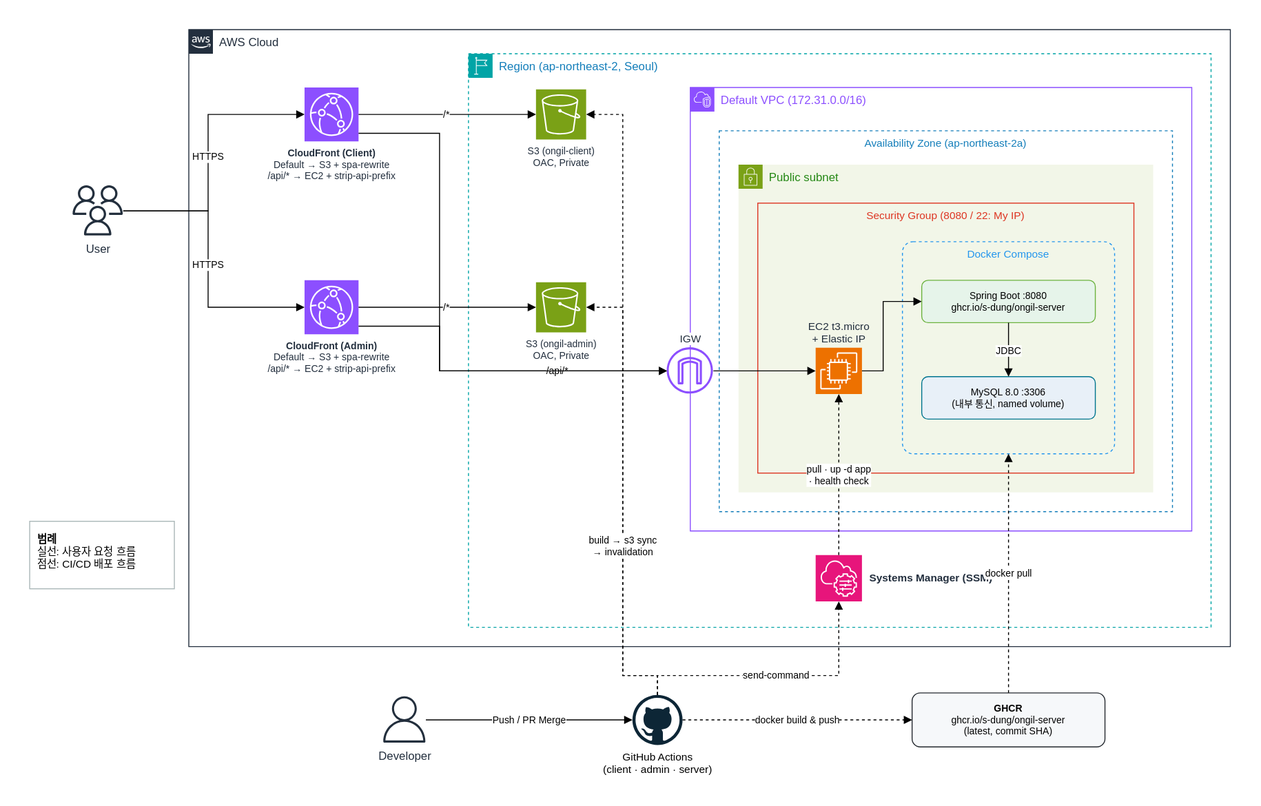
Earlier version of the draw.io export docs/architecture.svg (S-DUNG/Ongil-DevOps). Source tidied: cells renumbered, new cells last; positions are measured from the earlier drawing's top-left corner, leaving out a move shared by most shapes.
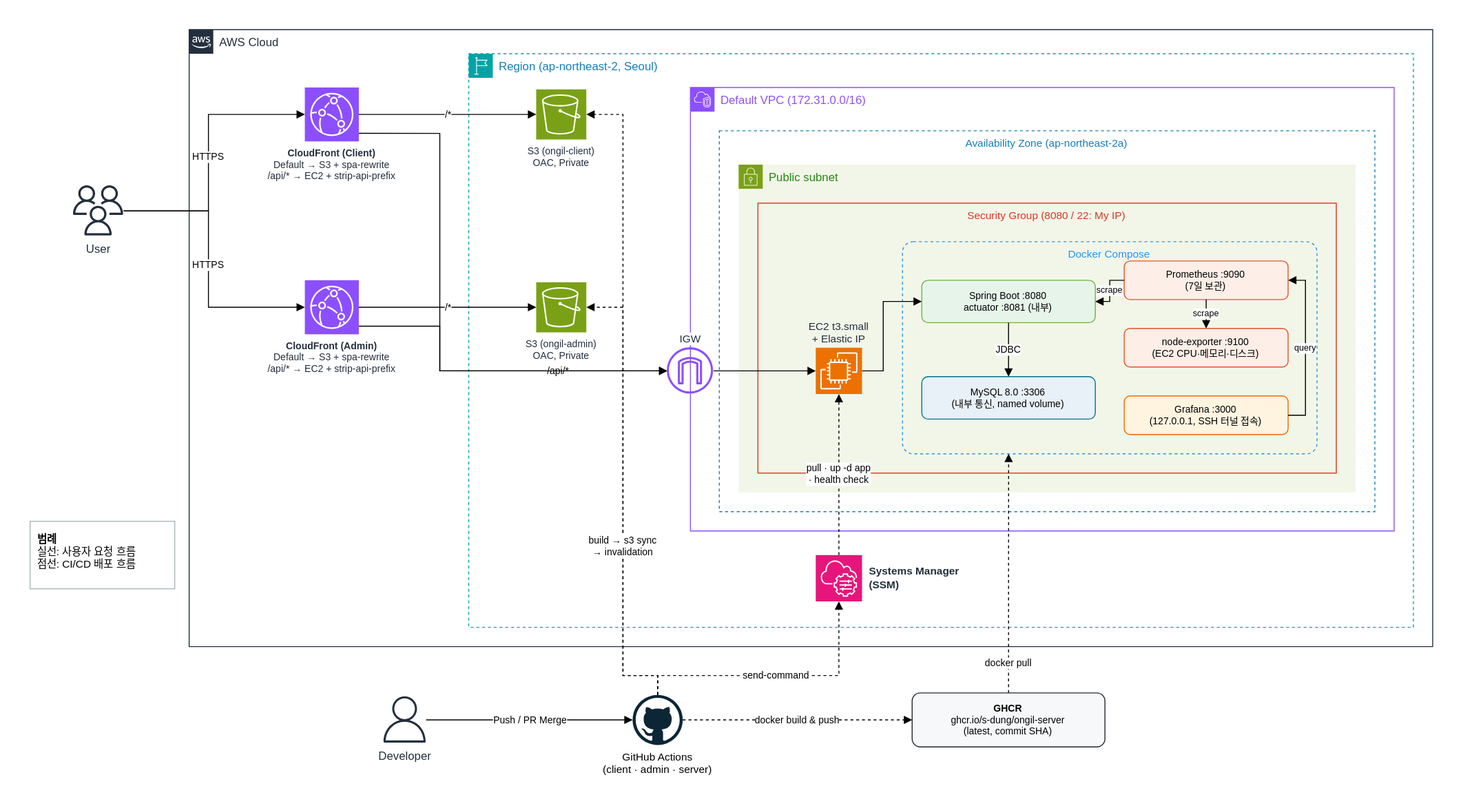
After the change.

Commit message:
docs :: 아키텍처에 인스턴스 사양 변경 및 모니터링 구성 반영

- EC2 t3.micro → t3.small
- Prometheus, Grafana, node-exporter 추가
- actuator 내부 포트(8081) 분리, Grafana SSH 터널 접속 표시

What changed in the source:
```diff
@@ -1,32 +1,32 @@
-<mxGraphModel>
+<mxGraphModel background="#FFFFFF">
   <root>
     <mxCell id="0" />
     <mxCell id="1" parent="0" />
     <mxCell id="2" value="AWS Cloud" style="gradientColor=none;html=1;whiteSpace=wrap;fontSize=12;fontStyle=0;shape=mxgraph.aws4.group;grIcon=mxgraph.aws4.group_aws_cloud_alt;strokeColor=#232F3E;fillColor=none;verticalAlign=top;align=left;spacingLeft=30;fontColor=#232F3E;dashed=0;" parent="1" vertex="1">
-      <mxGeometry x="165" width="1080" height="640" as="geometry" />
+      <mxGeometry x="165" width="1290" height="640" as="geometry" />
     </mxCell>
     <mxCell id="3" value="Region (ap-northeast-2, Seoul)" style="gradientColor=none;html=1;whiteSpace=wrap;fontSize=12;fontStyle=0;shape=mxgraph.aws4.group;grIcon=mxgraph.aws4.group_region;strokeColor=#00A4A6;fillColor=none;verticalAlign=top;align=left;spacingLeft=30;fontColor=#147EBA;dashed=1;" parent="1" vertex="1">
-      <mxGeometry x="455" y="25" width="770" height="595" as="geometry" />
+      <mxGeometry x="455" y="25" width="980" height="595" as="geometry" />
     </mxCell>
     <mxCell id="4" value="Default VPC (172.31.0.0/16)" style="gradientColor=none;html=1;whiteSpace=wrap;fontSize=12;fontStyle=0;shape=mxgraph.aws4.group;grIcon=mxgraph.aws4.group_vpc2;strokeColor=#8C4FFF;fillColor=none;verticalAlign=top;align=left;spacingLeft=30;fontColor=#8C4FFF;dashed=0;" parent="1" vertex="1">
-      <mxGeometry x="685" y="60" width="520" height="460" as="geometry" />
+      <mxGeometry x="685" y="60" width="730" height="460" as="geometry" />
     </mxCell>
     <mxCell id="5" value="Availability Zone (ap-northeast-2a)" style="fillColor=none;strokeColor=#147EBA;dashed=1;verticalAlign=top;fontStyle=0;fontColor=#147EBA;whiteSpace=wrap;html=1;fontSize=11;" parent="1" vertex="1">
-      <mxGeometry x="715" y="105" width="470" height="395" as="geometry" />
+      <mxGeometry x="715" y="105" width="680" height="395" as="geometry" />
     </mxCell>
     <mxCell id="6" value="Public subnet" style="gradientColor=none;html=1;whiteSpace=wrap;fontSize=12;fontStyle=0;shape=mxgraph.aws4.group;grIcon=mxgraph.aws4.group_security_group;grStroke=0;strokeColor=#7AA116;fillColor=#F2F6E8;verticalAlign=top;align=left;spacingLeft=30;fontColor=#248814;dashed=0;" parent="1" vertex="1">
-      <mxGeometry x="735" y="140" width="430" height="340" as="geometry" />
+      <mxGeometry x="735" y="140" width="640" height="340" as="geometry" />
     </mxCell>
     <mxCell id="7" value="Security Group (8080 / 22: My IP)" style="fillColor=none;strokeColor=#DD3522;verticalAlign=top;fontStyle=0;fontColor=#DD3522;whiteSpace=wrap;html=1;fontSize=11;" parent="1" vertex="1">
-      <mxGeometry x="755" y="180" width="390" height="280" as="geometry" />
+      <mxGeometry x="755" y="180" width="600" height="280" as="geometry" />
     </mxCell>
-    <mxCell id="8" value="EC2 t3.micro&lt;br&gt;+ Elastic IP" style="sketch=0;outlineConnect=0;fontColor=#232F3E;fillColor=#ED7100;strokeColor=#ffffff;dashed=0;labelPosition=center;verticalLabelPosition=top;verticalAlign=bottom;align=center;html=1;fontSize=11;fontStyle=0;shape=mxgraph.aws4.resourceIcon;resIcon=mxgraph.aws4.ec2;" parent="1" vertex="1">
+    <mxCell id="8" value="EC2 t3.small&lt;br&gt;+ Elastic IP" style="sketch=0;outlineConnect=0;fontColor=#232F3E;fillColor=#ED7100;strokeColor=#ffffff;dashed=0;labelPosition=center;verticalLabelPosition=top;verticalAlign=bottom;align=center;html=1;fontSize=11;fontStyle=0;shape=mxgraph.aws4.resourceIcon;resIcon=mxgraph.aws4.ec2;" parent="1" vertex="1">
       <mxGeometry x="815" y="330" width="48" height="48" as="geometry" />
     </mxCell>
     <mxCell id="9" value="Docker Compose" style="rounded=1;whiteSpace=wrap;html=1;fillColor=none;strokeColor=#2496ED;dashed=1;verticalAlign=top;fontColor=#2496ED;fontSize=11;arcSize=5;" parent="1" vertex="1">
-      <mxGeometry x="905" y="220" width="220" height="220" as="geometry" />
+      <mxGeometry x="905" y="220" width="430" height="220" as="geometry" />
     </mxCell>
-    <mxCell id="10" value="Spring Boot :8080&lt;br&gt;ghcr.io/s-dung/ongil-server" style="rounded=1;whiteSpace=wrap;html=1;fillColor=#E6F4EA;strokeColor=#6DB33F;fontSize=10;" parent="1" vertex="1">
+    <mxCell id="10" value="Spring Boot :8080&lt;br&gt;actuator :8081 (내부)" style="rounded=1;whiteSpace=wrap;html=1;fillColor=#E6F4EA;strokeColor=#6DB33F;fontSize=10;" parent="1" vertex="1">
       <mxGeometry x="925" y="260" width="180" height="44" as="geometry" />
     </mxCell>
     <mxCell id="11" value="MySQL 8.0 :3306&lt;br&gt;(내부 통신, named volume)" style="rounded=1;whiteSpace=wrap;html=1;fillColor=#E8F0F8;strokeColor=#00758F;fontSize=10;" parent="1" vertex="1">
@@ -61,7 +61,7 @@
     <mxCell id="19" value="S3 (ongil-admin)&lt;br&gt;OAC, Private" style="sketch=0;outlineConnect=0;fontColor=#232F3E;fillColor=#7AA116;strokeColor=#ffffff;dashed=0;verticalLabelPosition=bottom;verticalAlign=top;align=center;html=1;fontSize=10;fontStyle=0;shape=mxgraph.aws4.resourceIcon;resIcon=mxgraph.aws4.s3;" parent="1" vertex="1">
       <mxGeometry x="525" y="262" width="52" height="52" as="geometry" />
     </mxCell>
-    <mxCell id="20" value="Systems Manager (SSM)" style="sketch=0;outlineConnect=0;fontColor=#232F3E;fillColor=#E7157B;strokeColor=#ffffff;dashed=0;labelPosition=right;verticalLabelPosition=middle;align=left;verticalAlign=middle;spacingLeft=6;html=1;fontSize=11;fontStyle=1;shape=mxgraph.aws4.resourceIcon;resIcon=mxgraph.aws4.systems_manager;" parent="1" vertex="1">
+    <mxCell id="20" value="Systems Manager&lt;br&gt;(SSM)" style="sketch=0;outlineConnect=0;fontColor=#232F3E;fillColor=#E7157B;strokeColor=#ffffff;dashed=0;labelPosition=right;verticalLabelPosition=middle;align=left;verticalAlign=middle;spacingLeft=6;html=1;fontSize=11;fontStyle=1;shape=mxgraph.aws4.resourceIcon;resIcon=mxgraph.aws4.systems_manager;" parent="1" vertex="1">
       <mxGeometry x="815" y="545" width="48" height="48" as="geometry" />
     </mxCell>
     <mxCell id="21" value="User" style="sketch=0;outlineConnect=0;fontColor=#232F3E;gradientColor=none;fillColor=#232F3D;strokeColor=none;dashed=0;verticalLabelPosition=bottom;verticalAlign=top;align=center;html=1;fontSize=12;fontStyle=0;shape=mxgraph.aws4.users;" parent="1" vertex="1">
@@ -138,8 +138,8 @@
     <mxCell id="34" value="docker build &amp;amp; push" style="edgeStyle=orthogonalEdgeStyle;rounded=0;html=1;endArrow=block;endFill=1;dashed=1;fontSize=10;labelBackgroundColor=#FFFFFF;" parent="1" edge="1" source="23" target="24">
       <mxGeometry relative="1" as="geometry" />
     </mxCell>
-    <mxCell id="35" value="docker pull" style="edgeStyle=orthogonalEdgeStyle;rounded=0;html=1;endArrow=block;endFill=1;dashed=1;fontSize=10;labelBackgroundColor=#FFFFFF;entryX=0.5;entryY=1;entryDx=0;entryDy=0;" parent="1" edge="1" source="24" target="9">
-      <mxGeometry relative="1" as="geometry" />
+    <mxCell id="35" value="docker pull" style="edgeStyle=orthogonalEdgeStyle;rounded=0;html=1;endArrow=block;endFill=1;dashed=1;fontSize=10;labelBackgroundColor=#FFFFFF;entryX=0.256;entryY=1;entryDx=0;entryDy=0;" parent="1" edge="1" source="24" target="9">
+      <mxGeometry x="-0.75" relative="1" as="geometry" />
     </mxCell>
     <mxCell id="36" value="send-command" style="edgeStyle=orthogonalEdgeStyle;rounded=0;html=1;endArrow=block;endFill=1;dashed=1;fontSize=10;labelBackgroundColor=#FFFFFF;entryX=0.5;entryY=1;entryDx=0;entryDy=0;" parent="1" edge="1" source="23" target="20">
       <mxGeometry relative="1" as="geometry">
@@ -152,6 +152,29 @@
     <mxCell id="37" value="pull · up -d app&lt;br&gt;· health check" style="edgeStyle=orthogonalEdgeStyle;rounded=0;html=1;endArrow=block;endFill=1;dashed=1;fontSize=10;labelBackgroundColor=#FFFFFF;" parent="1" edge="1" source="20" target="8">
       <mxGeometry relative="1" as="geometry" />
     </mxCell>
+    <mxCell id="39" value="Prometheus :9090&lt;br&gt;(7일 보관)" style="rounded=1;whiteSpace=wrap;html=1;fillColor=#FDEEE7;strokeColor=#E6522C;fontSize=10;" parent="1" vertex="1">
+      <mxGeometry x="1135" y="240" width="170" height="40" as="geometry" />
+    </mxCell>
+    <mxCell id="40" value="node-exporter :9100&lt;br&gt;(EC2 CPU·메모리·디스크)" style="rounded=1;whiteSpace=wrap;html=1;fillColor=#FDEEE7;strokeColor=#E6522C;fontSize=10;" parent="1" vertex="1">
+      <mxGeometry x="1135" y="310" width="170" height="40" as="geometry" />
+    </mxCell>
+    <mxCell id="41" value="Grafana :3000&lt;br&gt;(127.0.0.1, SSH 터널 접속)" style="rounded=1;whiteSpace=wrap;html=1;fillColor=#FFF4E0;strokeColor=#F46800;fontSize=10;" parent="1" vertex="1">
+      <mxGeometry x="1135" y="380" width="170" height="40" as="geometry" />
+    </mxCell>
+    <mxCell id="42" value="scrape" style="edgeStyle=orthogonalEdgeStyle;rounded=0;html=1;endArrow=block;endFill=1;fontSize=9;labelBackgroundColor=#FFFFFF;exitX=0;exitY=0.5;exitDx=0;exitDy=0;entryX=1;entryY=0.5;entryDx=0;entryDy=0;" parent="1" edge="1" source="39" target="10">
+      <mxGeometry relative="1" as="geometry" />
+    </mxCell>
+    <mxCell id="43" value="scrape" style="edgeStyle=orthogonalEdgeStyle;rounded=0;html=1;endArrow=block;endFill=1;fontSize=9;labelBackgroundColor=#FFFFFF;" parent="1" edge="1" source="39" target="40">
+      <mxGeometry relative="1" as="geometry" />
+    </mxCell>
+    <mxCell id="44" value="query" style="edgeStyle=orthogonalEdgeStyle;rounded=0;html=1;endArrow=block;endFill=1;fontSize=9;labelBackgroundColor=#FFFFFF;exitX=1;exitY=0.5;exitDx=0;exitDy=0;entryX=1;entryY=0.5;entryDx=0;entryDy=0;" parent="1" edge="1" source="41" target="39">
+      <mxGeometry relative="1" as="geometry">
+        <Array as="points">
+          <mxPoint x="1323" y="400" />
+          <mxPoint x="1323" y="260" />
+        </Array>
+      </mxGeometry>
+    </mxCell>
     <mxCell id="38" value="&lt;b&gt;범례&lt;/b&gt;&lt;br&gt;실선: 사용자 요청 흐름&lt;br&gt;점선: CI/CD 배포 흐름" style="text;html=1;align=left;verticalAlign=top;whiteSpace=wrap;fontSize=11;strokeColor=#AAB7B8;fillColor=#FFFFFF;spacing=8;" parent="1" vertex="1">
       <mxGeometry y="510" width="150" height="70" as="geometry" />
     </mxCell>
```
